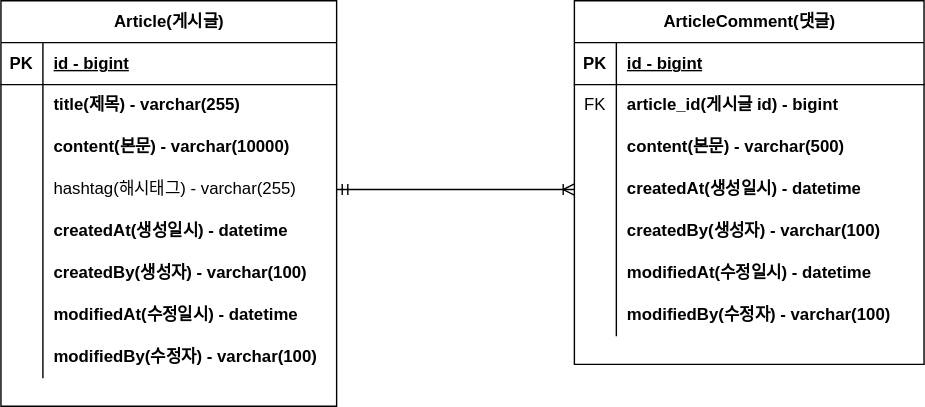
This is document/project-board-erd.svg from wkdwjdgns0920/fastcampus-project-board, a draw.io export, as it was before one commit. Source tidied: cells renumbered, new cells last; positions are measured from the earlier drawing's top-left corner, leaving out a move shared by most shapes.
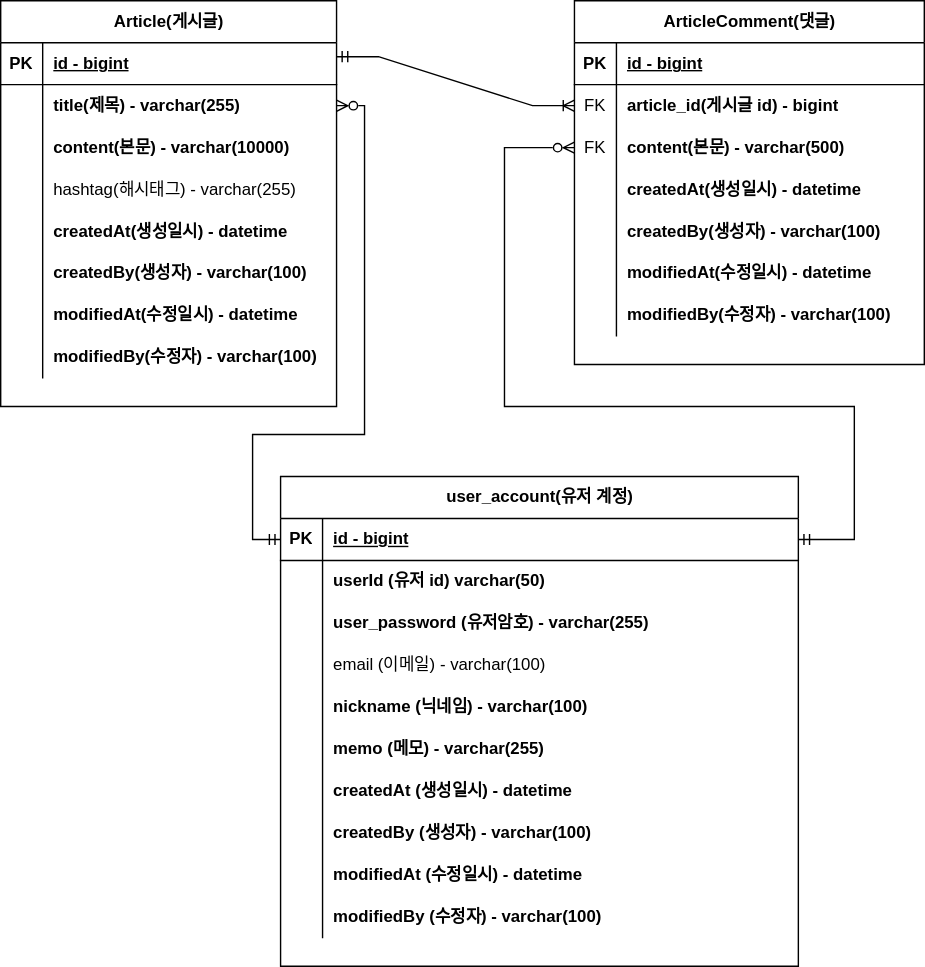
Later version of the same file.

Commit message:
#19 : 유저계정 테이블 추가 project-board-erd.svg

The edit, as a diff of the source:
```diff
@@ -101,7 +101,7 @@
     <mxCell id="34" style="shape=tableRow;horizontal=0;startSize=0;swimlaneHead=0;swimlaneBody=0;fillColor=none;points=[[0,0.5],[1,0.5]];portConstraint=eastwest;top=0;left=0;right=0;bottom=0;" parent="27" vertex="1">
       <mxGeometry y="90" width="250" height="30" as="geometry" />
     </mxCell>
-    <mxCell id="35" style="shape=partialRectangle;fillColor=none;top=0;left=0;bottom=0;right=0;overflow=hidden;whiteSpace=wrap;html=1;" parent="34" vertex="1">
+    <mxCell id="35" value="FK" style="shape=partialRectangle;fillColor=none;top=0;left=0;bottom=0;right=0;overflow=hidden;whiteSpace=wrap;html=1;" parent="34" vertex="1">
       <mxGeometry width="30" height="30" as="geometry" />
     </mxCell>
     <mxCell id="36" value="content(본문) - varchar(500)" style="shape=partialRectangle;fillColor=none;top=0;left=0;bottom=0;right=0;align=left;spacingLeft=6;overflow=hidden;whiteSpace=wrap;html=1;fontStyle=1;" parent="34" vertex="1">
@@ -143,8 +143,123 @@
     <mxCell id="48" value="modifiedBy(수정자) - varchar(100)" style="shape=partialRectangle;fillColor=none;top=0;left=0;bottom=0;right=0;align=left;spacingLeft=6;overflow=hidden;whiteSpace=wrap;html=1;fontStyle=1;" parent="46" vertex="1">
       <mxGeometry x="30" width="220" height="30" as="geometry" />
     </mxCell>
-    <mxCell id="49" style="edgeStyle=entityRelationEdgeStyle;fontSize=12;html=1;endArrow=ERoneToMany;startArrow=ERmandOne;rounded=0;exitX=1;exitY=0.5;exitDx=0;exitDy=0;entryX=0;entryY=0.5;entryDx=0;entryDy=0;" parent="1" edge="1" source="12" target="37">
-      <mxGeometry relative="1" as="geometry" />
+    <mxCell id="49" style="edgeStyle=entityRelationEdgeStyle;fontSize=12;html=1;endArrow=ERoneToMany;startArrow=ERmandOne;rounded=0;entryX=0;entryY=0.5;entryDx=0;entryDy=0;" parent="1" edge="1" target="31">
+      <mxGeometry relative="1" as="geometry">
+        <mxPoint x="240" y="40" as="sourcePoint" />
+      </mxGeometry>
     </mxCell>
+    <mxCell id="50" value="user_account(유저 계정)" style="shape=table;startSize=30;rowLines=0;fontStyle=1;align=center;html=1;" parent="1" vertex="1">
+      <mxGeometry x="200" y="340" width="370" height="350" as="geometry" />
+    </mxCell>
+    <mxCell id="51" style="shape=tableRow;horizontal=0;startSize=0;swimlaneHead=0;swimlaneBody=0;fillColor=none;points=[[0,0.5],[1,0.5]];portConstraint=eastwest;top=0;left=0;right=0;bottom=1;" parent="50" vertex="1">
+      <mxGeometry y="30" width="370" height="30" as="geometry" />
+    </mxCell>
+    <mxCell id="52" value="PK" style="shape=partialRectangle;fillColor=none;top=0;left=0;bottom=0;right=0;fontStyle=1;overflow=hidden;whiteSpace=wrap;html=1;" parent="51" vertex="1">
+      <mxGeometry width="30" height="30" as="geometry" />
+    </mxCell>
+    <mxCell id="53" value="id - bigint" style="shape=partialRectangle;fillColor=none;top=0;left=0;bottom=0;right=0;align=left;spacingLeft=6;fontStyle=5;overflow=hidden;whiteSpace=wrap;html=1;" parent="51" vertex="1">
+      <mxGeometry x="30" width="340" height="30" as="geometry" />
+    </mxCell>
+    <mxCell id="54" style="shape=tableRow;horizontal=0;startSize=0;swimlaneHead=0;swimlaneBody=0;fillColor=none;top=0;left=0;right=0;bottom=0;" parent="50" vertex="1">
+      <mxGeometry y="60" width="370" height="30" as="geometry" />
+    </mxCell>
+    <mxCell id="55" style="shape=partialRectangle;fillColor=none;top=0;left=0;bottom=0;right=0;overflow=hidden;whiteSpace=wrap;html=1;" parent="54" vertex="1">
+      <mxGeometry width="30" height="30" as="geometry" />
+    </mxCell>
+    <mxCell id="56" value="userId (유저 id) varchar(50)" style="shape=partialRectangle;fillColor=none;top=0;left=0;bottom=0;right=0;align=left;spacingLeft=6;overflow=hidden;whiteSpace=wrap;html=1;fontStyle=1;" parent="54" vertex="1">
+      <mxGeometry x="30" width="340" height="30" as="geometry" />
+    </mxCell>
+    <mxCell id="57" style="shape=tableRow;horizontal=0;startSize=0;swimlaneHead=0;swimlaneBody=0;fillColor=none;top=0;left=0;right=0;bottom=0;" parent="50" vertex="1">
+      <mxGeometry y="90" width="370" height="30" as="geometry" />
+    </mxCell>
+    <mxCell id="58" style="shape=partialRectangle;fillColor=none;top=0;left=0;bottom=0;right=0;overflow=hidden;whiteSpace=wrap;html=1;" parent="57" vertex="1">
+      <mxGeometry width="30" height="30" as="geometry" />
+    </mxCell>
+    <mxCell id="59" value="user_password (유저암호) - varchar(255)" style="shape=partialRectangle;fillColor=none;top=0;left=0;bottom=0;right=0;align=left;spacingLeft=6;overflow=hidden;whiteSpace=wrap;html=1;fontStyle=1;" parent="57" vertex="1">
+      <mxGeometry x="30" width="340" height="30" as="geometry" />
+    </mxCell>
+    <mxCell id="60" style="shape=tableRow;horizontal=0;startSize=0;swimlaneHead=0;swimlaneBody=0;fillColor=none;top=0;left=0;right=0;bottom=0;" parent="50" vertex="1">
+      <mxGeometry y="120" width="370" height="30" as="geometry" />
+    </mxCell>
+    <mxCell id="61" style="shape=partialRectangle;fillColor=none;top=0;left=0;bottom=0;right=0;overflow=hidden;whiteSpace=wrap;html=1;" parent="60" vertex="1">
+      <mxGeometry width="30" height="30" as="geometry" />
+    </mxCell>
+    <mxCell id="62" value="email (이메일) - varchar(100)" style="shape=partialRectangle;fillColor=none;top=0;left=0;bottom=0;right=0;align=left;spacingLeft=6;overflow=hidden;whiteSpace=wrap;html=1;" parent="60" vertex="1">
+      <mxGeometry x="30" width="340" height="30" as="geometry" />
+    </mxCell>
+    <mxCell id="63" style="shape=tableRow;horizontal=0;startSize=0;swimlaneHead=0;swimlaneBody=0;fillColor=none;top=0;left=0;right=0;bottom=0;" parent="50" vertex="1">
+      <mxGeometry y="150" width="370" height="30" as="geometry" />
+    </mxCell>
+    <mxCell id="64" style="shape=partialRectangle;fillColor=none;top=0;left=0;bottom=0;right=0;overflow=hidden;whiteSpace=wrap;html=1;" parent="63" vertex="1">
+      <mxGeometry width="30" height="30" as="geometry" />
+    </mxCell>
+    <mxCell id="65" value="nickname (닉네임) - varchar(100)" style="shape=partialRectangle;fillColor=none;top=0;left=0;bottom=0;right=0;align=left;spacingLeft=6;overflow=hidden;whiteSpace=wrap;html=1;fontStyle=1;" parent="63" vertex="1">
+      <mxGeometry x="30" width="340" height="30" as="geometry" />
+    </mxCell>
+    <mxCell id="66" style="shape=tableRow;horizontal=0;startSize=0;swimlaneHead=0;swimlaneBody=0;fillColor=none;top=0;left=0;right=0;bottom=0;" parent="50" vertex="1">
+      <mxGeometry y="180" width="370" height="30" as="geometry" />
+    </mxCell>
+    <mxCell id="67" style="shape=partialRectangle;fillColor=none;top=0;left=0;bottom=0;right=0;overflow=hidden;whiteSpace=wrap;html=1;" parent="66" vertex="1">
+      <mxGeometry width="30" height="30" as="geometry" />
+    </mxCell>
+    <mxCell id="68" value="memo (메모) - varchar(255)" style="shape=partialRectangle;fillColor=none;top=0;left=0;bottom=0;right=0;align=left;spacingLeft=6;overflow=hidden;whiteSpace=wrap;html=1;fontStyle=1;" parent="66" vertex="1">
+      <mxGeometry x="30" width="340" height="30" as="geometry" />
+    </mxCell>
+    <mxCell id="69" style="shape=tableRow;horizontal=0;startSize=0;swimlaneHead=0;swimlaneBody=0;fillColor=none;top=0;left=0;right=0;bottom=0;" parent="50" vertex="1">
+      <mxGeometry y="210" width="370" height="30" as="geometry" />
+    </mxCell>
+    <mxCell id="70" style="shape=partialRectangle;fillColor=none;top=0;left=0;bottom=0;right=0;overflow=hidden;whiteSpace=wrap;html=1;" parent="69" vertex="1">
+      <mxGeometry width="30" height="30" as="geometry" />
+    </mxCell>
+    <mxCell id="71" value="createdAt (생성일시) - datetime" style="shape=partialRectangle;fillColor=none;top=0;left=0;bottom=0;right=0;align=left;spacingLeft=6;overflow=hidden;whiteSpace=wrap;html=1;fontStyle=1;" parent="69" vertex="1">
+      <mxGeometry x="30" width="340" height="30" as="geometry" />
+    </mxCell>
+    <mxCell id="72" style="shape=tableRow;horizontal=0;startSize=0;swimlaneHead=0;swimlaneBody=0;fillColor=none;top=0;left=0;right=0;bottom=0;" parent="50" vertex="1">
+      <mxGeometry y="240" width="370" height="30" as="geometry" />
+    </mxCell>
+    <mxCell id="73" style="shape=partialRectangle;fillColor=none;top=0;left=0;bottom=0;right=0;overflow=hidden;whiteSpace=wrap;html=1;" parent="72" vertex="1">
+      <mxGeometry width="30" height="30" as="geometry" />
+    </mxCell>
+    <mxCell id="74" value="createdBy (생성자) - varchar(100)" style="shape=partialRectangle;fillColor=none;top=0;left=0;bottom=0;right=0;align=left;spacingLeft=6;overflow=hidden;whiteSpace=wrap;html=1;fontStyle=1;" parent="72" vertex="1">
+      <mxGeometry x="30" width="340" height="30" as="geometry" />
+    </mxCell>
+    <mxCell id="75" style="shape=tableRow;horizontal=0;startSize=0;swimlaneHead=0;swimlaneBody=0;fillColor=none;top=0;left=0;right=0;bottom=0;" parent="50" vertex="1">
+      <mxGeometry y="270" width="370" height="30" as="geometry" />
+    </mxCell>
+    <mxCell id="76" style="shape=partialRectangle;fillColor=none;top=0;left=0;bottom=0;right=0;overflow=hidden;whiteSpace=wrap;html=1;" parent="75" vertex="1">
+      <mxGeometry width="30" height="30" as="geometry" />
+    </mxCell>
+    <mxCell id="77" value="modifiedAt (수정일시) - datetime" style="shape=partialRectangle;fillColor=none;top=0;left=0;bottom=0;right=0;align=left;spacingLeft=6;overflow=hidden;whiteSpace=wrap;html=1;fontStyle=1;" parent="75" vertex="1">
+      <mxGeometry x="30" width="340" height="30" as="geometry" />
+    </mxCell>
+    <mxCell id="78" style="shape=tableRow;horizontal=0;startSize=0;swimlaneHead=0;swimlaneBody=0;fillColor=none;top=0;left=0;right=0;bottom=0;" parent="50" vertex="1">
+      <mxGeometry y="300" width="370" height="30" as="geometry" />
+    </mxCell>
+    <mxCell id="79" style="shape=partialRectangle;fillColor=none;top=0;left=0;bottom=0;right=0;overflow=hidden;whiteSpace=wrap;html=1;" parent="78" vertex="1">
+      <mxGeometry width="30" height="30" as="geometry" />
+    </mxCell>
+    <mxCell id="80" value="modifiedBy (수정자) - varchar(100)" style="shape=partialRectangle;fillColor=none;top=0;left=0;bottom=0;right=0;align=left;spacingLeft=6;overflow=hidden;whiteSpace=wrap;html=1;fontStyle=1;" parent="78" vertex="1">
+      <mxGeometry x="30" width="340" height="30" as="geometry" />
+    </mxCell>
+    <mxCell id="81" style="edgeStyle=orthogonalEdgeStyle;rounded=0;jettySize=auto;html=1;exitX=0;exitY=0.5;exitDx=0;exitDy=0;entryX=1;entryY=0.5;entryDx=0;entryDy=0;endArrow=ERzeroToMany;endFill=0;startArrow=ERmandOne;startFill=0;" parent="1" edge="1" source="51" target="6">
+      <mxGeometry relative="1" as="geometry">
+        <Array as="points">
+          <mxPoint x="180" y="385" />
+          <mxPoint x="180" y="310" />
+          <mxPoint x="260" y="310" />
+          <mxPoint x="260" y="75" />
+        </Array>
+      </mxGeometry>
+    </mxCell>
+    <mxCell id="82" style="edgeStyle=orthogonalEdgeStyle;rounded=0;jettySize=auto;html=1;exitX=1;exitY=0.5;exitDx=0;exitDy=0;endArrow=ERzeroToMany;endFill=0;startArrow=ERmandOne;startFill=0;entryX=0;entryY=0.5;entryDx=0;entryDy=0;" parent="1" edge="1" source="51" target="34">
+      <mxGeometry relative="1" as="geometry">
+        <Array as="points">
+          <mxPoint x="610" y="385" />
+          <mxPoint x="610" y="290" />
+          <mxPoint x="360" y="290" />
+          <mxPoint x="360" y="105" />
+        </Array>
+      </mxGeometry>
+    </mxCell>
   </root>
 </mxGraphModel>
```
